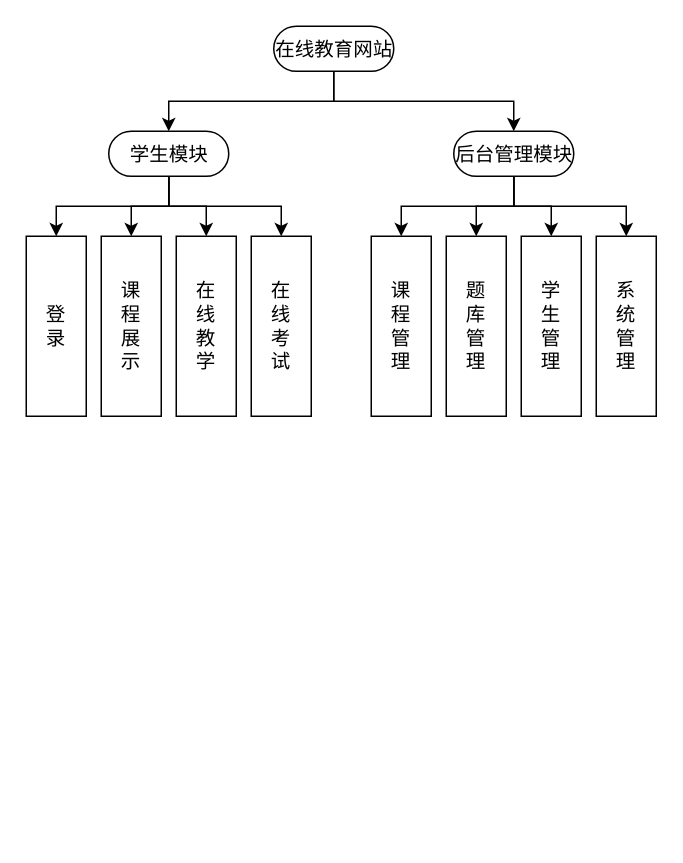
FanhuaCloud/diagrams keeps this draw.io diagram as Untitled Diagram.drawio. Above is the earlier version. Source tidied: cells renumbered, new cells numbered last; positions are measured from the earlier drawing's top-left corner, leaving out a move shared by most shapes. Both pictures are drawn from the tidied source at 150%, with x=0, y=0 at pixel (26, 26).
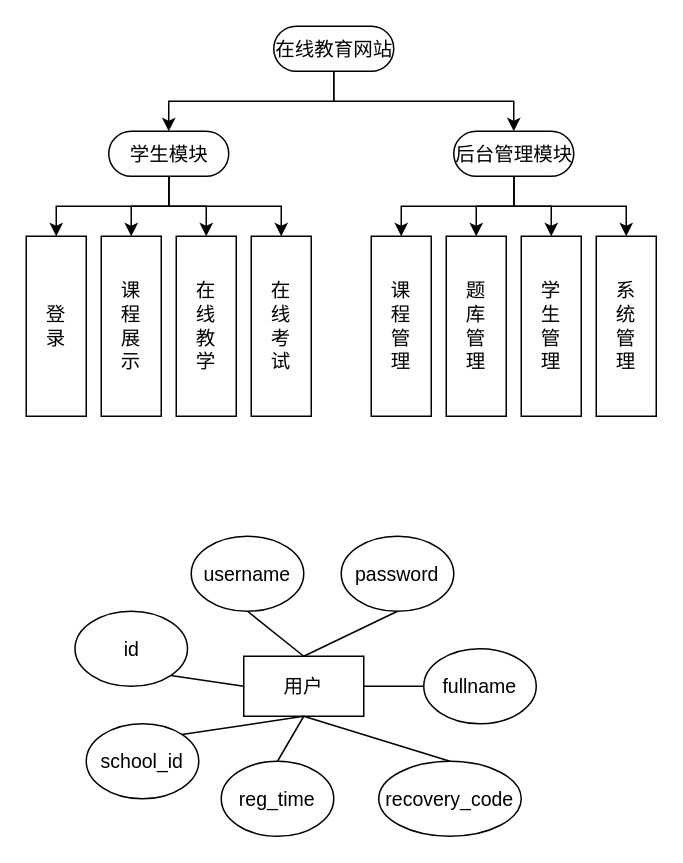
The same page after the edit.

What changed in the source:
```diff
@@
+    <mxCell id="23" value="用户" style="rounded=0;whiteSpace=wrap;html=1;fontSize=13;" parent="1" vertex="1">
+      <mxGeometry x="145" y="420" width="80" height="40" as="geometry" />
+    </mxCell>
+    <mxCell id="24" style="rounded=0;jettySize=auto;html=1;exitX=0.5;exitY=1;exitDx=0;exitDy=0;fontSize=13;endArrow=none;endFill=0;entryX=0.5;entryY=0;entryDx=0;entryDy=0;" parent="1" edge="1" source="25" target="23">
+      <mxGeometry relative="1" as="geometry" />
+    </mxCell>
+    <mxCell id="25" value="username" style="ellipse;whiteSpace=wrap;html=1;fontSize=13;" parent="1" vertex="1">
+      <mxGeometry x="110" y="340" width="75" height="50" as="geometry" />
+    </mxCell>
+    <mxCell id="26" style="edgeStyle=none;rounded=0;jettySize=auto;html=1;exitX=0.5;exitY=1;exitDx=0;exitDy=0;entryX=0.5;entryY=0;entryDx=0;entryDy=0;fontSize=13;endArrow=none;endFill=0;" parent="1" edge="1" source="27" target="23">
+      <mxGeometry relative="1" as="geometry" />
+    </mxCell>
+    <mxCell id="27" value="password" style="ellipse;whiteSpace=wrap;html=1;fontSize=13;" parent="1" vertex="1">
+      <mxGeometry x="210" y="340" width="75" height="50" as="geometry" />
+    </mxCell>
+    <mxCell id="28" style="edgeStyle=none;rounded=0;jettySize=auto;html=1;exitX=1;exitY=1;exitDx=0;exitDy=0;fontSize=13;endArrow=none;endFill=0;entryX=0;entryY=0.5;entryDx=0;entryDy=0;" parent="1" edge="1" source="29" target="23">
+      <mxGeometry relative="1" as="geometry" />
+    </mxCell>
+    <mxCell id="29" value="id" style="ellipse;whiteSpace=wrap;html=1;fontSize=13;" parent="1" vertex="1">
+      <mxGeometry x="32.5" y="390" width="75" height="50" as="geometry" />
+    </mxCell>
+    <mxCell id="30" style="edgeStyle=none;rounded=0;jettySize=auto;html=1;exitX=0;exitY=0.5;exitDx=0;exitDy=0;fontSize=13;endArrow=none;endFill=0;" parent="1" edge="1" source="31" target="23">
+      <mxGeometry relative="1" as="geometry" />
+    </mxCell>
+    <mxCell id="31" value="fullname" style="ellipse;whiteSpace=wrap;html=1;fontSize=13;" parent="1" vertex="1">
+      <mxGeometry x="265" y="415" width="75" height="50" as="geometry" />
+    </mxCell>
+    <mxCell id="32" style="edgeStyle=none;rounded=0;jettySize=auto;html=1;exitX=1;exitY=0;exitDx=0;exitDy=0;entryX=0.5;entryY=1;entryDx=0;entryDy=0;fontSize=13;endArrow=none;endFill=0;" parent="1" edge="1" source="33" target="23">
+      <mxGeometry relative="1" as="geometry" />
+    </mxCell>
+    <mxCell id="33" value="school_id" style="ellipse;whiteSpace=wrap;html=1;fontSize=13;" parent="1" vertex="1">
+      <mxGeometry x="40" y="465" width="75" height="50" as="geometry" />
+    </mxCell>
+    <mxCell id="34" style="edgeStyle=none;rounded=0;jettySize=auto;html=1;exitX=0.5;exitY=0;exitDx=0;exitDy=0;entryX=0.5;entryY=1;entryDx=0;entryDy=0;fontSize=13;endArrow=none;endFill=0;" parent="1" edge="1" source="35" target="23">
+      <mxGeometry relative="1" as="geometry" />
+    </mxCell>
+    <mxCell id="35" value="reg_time" style="ellipse;whiteSpace=wrap;html=1;fontSize=13;" parent="1" vertex="1">
+      <mxGeometry x="130" y="490" width="75" height="50" as="geometry" />
+    </mxCell>
+    <mxCell id="36" style="edgeStyle=none;rounded=0;jettySize=auto;html=1;exitX=0.5;exitY=0;exitDx=0;exitDy=0;entryX=0.5;entryY=1;entryDx=0;entryDy=0;fontSize=13;endArrow=none;endFill=0;" parent="1" edge="1" source="37" target="23">
+      <mxGeometry relative="1" as="geometry" />
+    </mxCell>
+    <mxCell id="37" value="recovery_code" style="ellipse;whiteSpace=wrap;html=1;fontSize=13;" parent="1" vertex="1">
+      <mxGeometry x="235" y="490" width="95" height="50" as="geometry" />
+    </mxCell>
```
